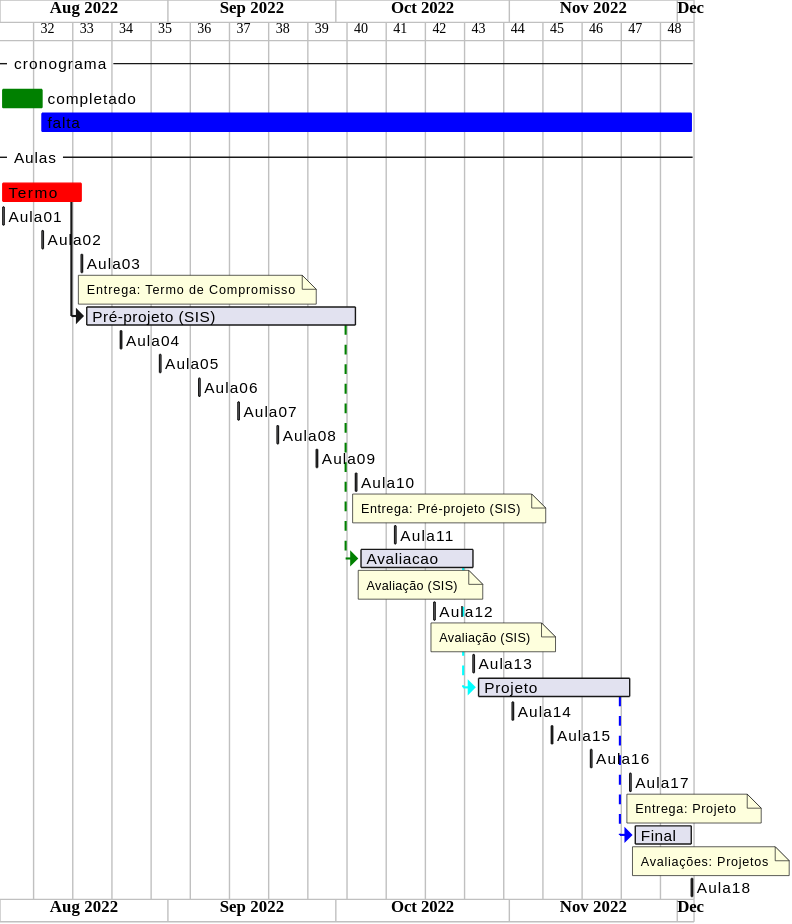
The PlantUML diagram svg/cronograma_SIS.svg in dalton-reis/disciplina_TCC1_Privado, before a commit.
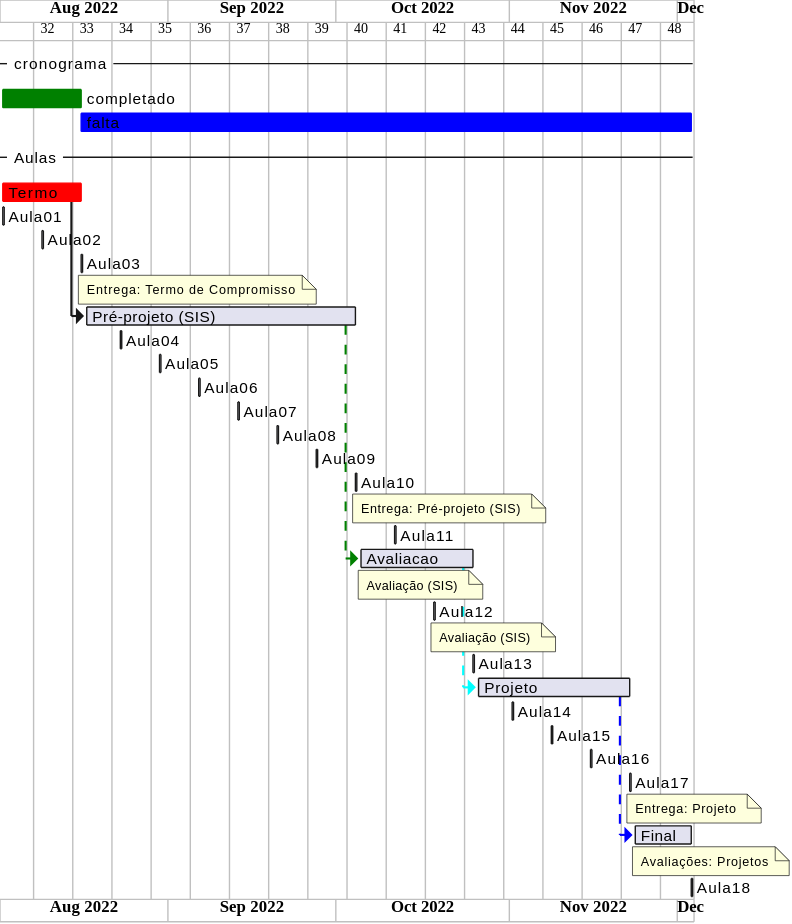
The same file after the commit.

The edit, as a diff of the source:
```diff
@@ -22,7 +22,7 @@
 !$Aula18 = "2022-11-29"
 !$Aula18 = $dataFim
 
-!$dataAtual  = $Aula02
+!$dataAtual  = $Aula03
 
 ganttscale weekly
 
```
